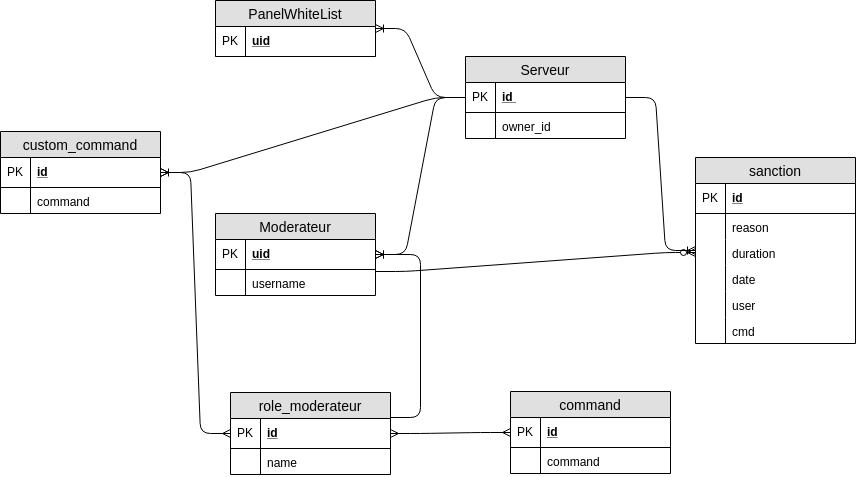
Above: doc/schema_associatif.png in RomainCtl/discord_project (draw.io), before the change. Source tidied: cells renumbered, new cells last; positions are measured from the earlier drawing's top-left corner, leaving out a move shared by most shapes. The source it was exported from:
```xml
<mxGraphModel>
  <root>
    <mxCell id="0" />
    <mxCell id="1" parent="0" />
    <mxCell id="2" value="Serveur" style="swimlane;fontStyle=0;horizontal=1;startSize=26;fillColor=#e0e0e0;swimlaneFillColor=#ffffff;align=center;fontSize=14;fontColor=#000000;strokeColor=#000000;" parent="1" vertex="1">
      <mxGeometry x="465" y="56" width="160" height="82" as="geometry" />
    </mxCell>
    <mxCell id="3" value="id " style="shape=partialRectangle;top=0;left=0;right=0;bottom=1;align=left;verticalAlign=middle;fillColor=none;spacingLeft=34;spacingRight=4;overflow=hidden;fontStyle=5;fontSize=12;fontColor=#000000;strokeColor=#000000;" parent="2" vertex="1">
      <mxGeometry y="26" width="160" height="30" as="geometry" />
    </mxCell>
    <mxCell id="4" value="PK" style="shape=partialRectangle;top=0;left=0;bottom=0;fillColor=none;align=left;verticalAlign=middle;spacingLeft=4;spacingRight=4;overflow=hidden;fontSize=12;fontColor=#000000;strokeColor=#000000;" parent="3" vertex="1">
      <mxGeometry width="30" height="30" as="geometry" />
    </mxCell>
    <mxCell id="5" value="owner_id" style="shape=partialRectangle;top=0;left=0;right=0;bottom=0;align=left;verticalAlign=top;fillColor=none;spacingLeft=34;spacingRight=4;overflow=hidden;fontSize=12;fontColor=#000000;strokeColor=#000000;" parent="2" vertex="1">
      <mxGeometry y="56" width="160" height="26" as="geometry" />
    </mxCell>
    <mxCell id="6" style="shape=partialRectangle;top=0;left=0;bottom=0;fillColor=none;align=left;verticalAlign=top;spacingLeft=4;spacingRight=4;overflow=hidden;fontSize=12;fontColor=#000000;strokeColor=#000000;" parent="5" vertex="1">
      <mxGeometry width="30" height="26" as="geometry" />
    </mxCell>
    <mxCell id="7" value="Moderateur" style="swimlane;fontStyle=0;horizontal=1;startSize=26;fillColor=#e0e0e0;swimlaneFillColor=#ffffff;align=center;fontSize=14;strokeColor=#000000;fontColor=#000000;" parent="1" vertex="1">
      <mxGeometry x="215" y="213" width="160" height="82" as="geometry" />
    </mxCell>
    <mxCell id="8" value="uid" style="shape=partialRectangle;top=0;left=0;right=0;bottom=1;align=left;verticalAlign=middle;fillColor=none;spacingLeft=34;spacingRight=4;overflow=hidden;fontStyle=5;fontSize=12;strokeColor=#000000;fontColor=#000000;" parent="7" vertex="1">
      <mxGeometry y="26" width="160" height="30" as="geometry" />
    </mxCell>
    <mxCell id="9" value="PK" style="shape=partialRectangle;top=0;left=0;bottom=0;fillColor=none;align=left;verticalAlign=middle;spacingLeft=4;spacingRight=4;overflow=hidden;fontSize=12;strokeColor=#000000;fontColor=#000000;" parent="8" vertex="1">
      <mxGeometry width="30" height="30" as="geometry" />
    </mxCell>
    <mxCell id="10" value="username" style="shape=partialRectangle;top=0;left=0;right=0;bottom=0;align=left;verticalAlign=top;fillColor=none;spacingLeft=34;spacingRight=4;overflow=hidden;points=[[0,0.5],[1,0.5]];portConstraint=eastwest;fontSize=12;strokeColor=#000000;fontColor=#000000;" parent="7" vertex="1">
      <mxGeometry y="56" width="160" height="26" as="geometry" />
    </mxCell>
    <mxCell id="11" style="shape=partialRectangle;top=0;left=0;bottom=0;fillColor=none;align=left;verticalAlign=top;spacingLeft=4;spacingRight=4;overflow=hidden;fontSize=12;strokeColor=#000000;fontColor=#000000;" parent="10" vertex="1">
      <mxGeometry width="30" height="26" as="geometry" />
    </mxCell>
    <mxCell id="12" style="edgeStyle=entityRelationEdgeStyle;fontSize=12;html=1;endArrow=ERoneToMany;strokeColor=#000000;fontColor=#000000;" parent="1" edge="1" source="2" target="7">
      <mxGeometry relative="1" as="geometry" />
    </mxCell>
    <mxCell id="13" value="role_moderateur" style="swimlane;fontStyle=0;horizontal=1;startSize=26;fillColor=#e0e0e0;swimlaneFillColor=#ffffff;align=center;fontSize=14;strokeColor=#000000;fontColor=#000000;" parent="1" vertex="1">
      <mxGeometry x="230" y="392" width="160" height="82" as="geometry" />
    </mxCell>
    <mxCell id="14" value="id" style="shape=partialRectangle;top=0;left=0;right=0;bottom=1;align=left;verticalAlign=middle;fillColor=none;spacingLeft=34;spacingRight=4;overflow=hidden;points=[[0,0.5],[1,0.5]];portConstraint=eastwest;fontStyle=5;fontSize=12;strokeColor=#000000;fontColor=#000000;" parent="13" vertex="1">
      <mxGeometry y="26" width="160" height="30" as="geometry" />
    </mxCell>
    <mxCell id="15" value="PK" style="shape=partialRectangle;top=0;left=0;bottom=0;fillColor=none;align=left;verticalAlign=middle;spacingLeft=4;spacingRight=4;overflow=hidden;fontSize=12;strokeColor=#000000;fontColor=#000000;" parent="14" vertex="1">
      <mxGeometry width="30" height="30" as="geometry" />
    </mxCell>
    <mxCell id="16" value="name" style="shape=partialRectangle;top=0;left=0;right=0;bottom=0;align=left;verticalAlign=top;fillColor=none;spacingLeft=34;spacingRight=4;overflow=hidden;fontSize=12;strokeColor=#000000;fontColor=#000000;" parent="13" vertex="1">
      <mxGeometry y="56" width="160" height="26" as="geometry" />
    </mxCell>
    <mxCell id="17" style="shape=partialRectangle;top=0;left=0;bottom=0;fillColor=none;align=left;verticalAlign=top;spacingLeft=4;spacingRight=4;overflow=hidden;fontSize=12;strokeColor=#000000;fontColor=#000000;" parent="16" vertex="1">
      <mxGeometry width="30" height="26" as="geometry" />
    </mxCell>
    <mxCell id="18" value="command" style="swimlane;fontStyle=0;horizontal=1;startSize=26;fillColor=#e0e0e0;swimlaneFillColor=#ffffff;align=center;fontSize=14;strokeColor=#000000;fontColor=#000000;" parent="1" vertex="1">
      <mxGeometry x="510" y="391" width="160" height="82" as="geometry" />
    </mxCell>
    <mxCell id="19" value="id" style="shape=partialRectangle;top=0;left=0;right=0;bottom=1;align=left;verticalAlign=middle;fillColor=none;spacingLeft=34;spacingRight=4;overflow=hidden;fontStyle=5;fontSize=12;fontColor=#000000;strokeColor=#000000;" parent="18" vertex="1">
      <mxGeometry y="26" width="160" height="30" as="geometry" />
    </mxCell>
    <mxCell id="20" value="PK" style="shape=partialRectangle;top=0;left=0;bottom=0;fillColor=none;align=left;verticalAlign=middle;spacingLeft=4;spacingRight=4;overflow=hidden;fontSize=12;fontColor=#000000;strokeColor=#000000;" parent="19" vertex="1">
      <mxGeometry width="30" height="30" as="geometry" />
    </mxCell>
    <mxCell id="21" value="command" style="shape=partialRectangle;top=0;left=0;right=0;bottom=0;align=left;verticalAlign=top;fillColor=none;spacingLeft=34;spacingRight=4;overflow=hidden;fontSize=12;fontColor=#000000;strokeColor=#000000;" parent="18" vertex="1">
      <mxGeometry y="56" width="160" height="26" as="geometry" />
    </mxCell>
    <mxCell id="22" style="shape=partialRectangle;top=0;left=0;bottom=0;fillColor=none;align=left;verticalAlign=top;spacingLeft=4;spacingRight=4;overflow=hidden;fontSize=12;fontColor=#000000;strokeColor=#000000;" parent="21" vertex="1">
      <mxGeometry width="30" height="26" as="geometry" />
    </mxCell>
    <mxCell id="23" style="edgeStyle=entityRelationEdgeStyle;fontSize=12;html=1;endArrow=ERoneToMany;strokeColor=#000000;fontColor=#000000;exitX=1;exitY=-0.033;exitDx=0;exitDy=0;exitPerimeter=0;" parent="1" edge="1" source="14" target="7">
      <mxGeometry relative="1" as="geometry" />
    </mxCell>
    <mxCell id="24" value="sanction" style="swimlane;fontStyle=0;horizontal=1;startSize=26;fillColor=#e0e0e0;swimlaneFillColor=#ffffff;align=center;fontSize=14;strokeColor=#000000;fontColor=#000000;" parent="1" vertex="1">
      <mxGeometry x="695" y="157" width="160" height="186" as="geometry" />
    </mxCell>
    <mxCell id="25" value="id" style="shape=partialRectangle;top=0;left=0;right=0;bottom=1;align=left;verticalAlign=middle;fillColor=none;spacingLeft=34;spacingRight=4;overflow=hidden;fontStyle=5;fontSize=12;fontColor=#000000;strokeColor=#000000;" parent="24" vertex="1">
      <mxGeometry y="26" width="160" height="30" as="geometry" />
    </mxCell>
    <mxCell id="26" value="PK" style="shape=partialRectangle;top=0;left=0;bottom=0;fillColor=none;align=left;verticalAlign=middle;spacingLeft=4;spacingRight=4;overflow=hidden;fontSize=12;fontColor=#000000;strokeColor=#000000;" parent="25" vertex="1">
      <mxGeometry width="30" height="30" as="geometry" />
    </mxCell>
    <mxCell id="27" value="reason" style="shape=partialRectangle;top=0;left=0;right=0;bottom=0;align=left;verticalAlign=top;fillColor=none;spacingLeft=34;spacingRight=4;overflow=hidden;fontSize=12;fontColor=#000000;strokeColor=#000000;" parent="24" vertex="1">
      <mxGeometry y="56" width="160" height="26" as="geometry" />
    </mxCell>
    <mxCell id="28" style="shape=partialRectangle;top=0;left=0;bottom=0;fillColor=none;align=left;verticalAlign=top;spacingLeft=4;spacingRight=4;overflow=hidden;fontSize=12;fontColor=#000000;strokeColor=#000000;" parent="27" vertex="1">
      <mxGeometry width="30" height="26" as="geometry" />
    </mxCell>
    <mxCell id="29" value="duration" style="shape=partialRectangle;top=0;left=0;right=0;bottom=0;align=left;verticalAlign=top;fillColor=none;spacingLeft=34;spacingRight=4;overflow=hidden;points=[[0,0.5],[1,0.5]];portConstraint=eastwest;fontSize=12;fontColor=#000000;strokeColor=#000000;" parent="24" vertex="1">
      <mxGeometry y="82" width="160" height="26" as="geometry" />
    </mxCell>
    <mxCell id="30" style="shape=partialRectangle;top=0;left=0;bottom=0;fillColor=none;align=left;verticalAlign=top;spacingLeft=4;spacingRight=4;overflow=hidden;fontSize=12;fontColor=#000000;strokeColor=#000000;" parent="29" vertex="1">
      <mxGeometry width="30" height="26" as="geometry" />
    </mxCell>
    <mxCell id="31" value="date" style="shape=partialRectangle;top=0;left=0;right=0;bottom=0;align=left;verticalAlign=top;fillColor=none;spacingLeft=34;spacingRight=4;overflow=hidden;fontSize=12;fontColor=#000000;strokeColor=#000000;" parent="24" vertex="1">
      <mxGeometry y="108" width="160" height="26" as="geometry" />
    </mxCell>
    <mxCell id="32" style="shape=partialRectangle;top=0;left=0;bottom=0;fillColor=none;align=left;verticalAlign=top;spacingLeft=4;spacingRight=4;overflow=hidden;fontSize=12;fontColor=#000000;strokeColor=#000000;" parent="31" vertex="1">
      <mxGeometry width="30" height="26" as="geometry" />
    </mxCell>
    <mxCell id="33" value="user" style="shape=partialRectangle;top=0;left=0;right=0;bottom=0;align=left;verticalAlign=top;fillColor=none;spacingLeft=34;spacingRight=4;overflow=hidden;fontSize=12;fontColor=#000000;strokeColor=#000000;" parent="24" vertex="1">
      <mxGeometry y="134" width="160" height="26" as="geometry" />
    </mxCell>
    <mxCell id="34" style="shape=partialRectangle;top=0;left=0;bottom=0;fillColor=none;align=left;verticalAlign=top;spacingLeft=4;spacingRight=4;overflow=hidden;fontSize=12;fontColor=#000000;strokeColor=#000000;" parent="33" vertex="1">
      <mxGeometry width="30" height="26" as="geometry" />
    </mxCell>
    <mxCell id="35" value="cmd" style="shape=partialRectangle;top=0;left=0;right=0;bottom=0;align=left;verticalAlign=top;fillColor=none;spacingLeft=34;spacingRight=4;overflow=hidden;fontSize=12;fontColor=#000000;strokeColor=#000000;" parent="24" vertex="1">
      <mxGeometry y="160" width="160" height="26" as="geometry" />
    </mxCell>
    <mxCell id="36" style="shape=partialRectangle;top=0;left=0;bottom=0;fillColor=none;align=left;verticalAlign=top;spacingLeft=4;spacingRight=4;overflow=hidden;fontSize=12;fontColor=#000000;strokeColor=#000000;" parent="35" vertex="1">
      <mxGeometry width="30" height="26" as="geometry" />
    </mxCell>
    <mxCell id="37" style="edgeStyle=entityRelationEdgeStyle;fontSize=12;html=1;endArrow=ERzeroToMany;endFill=1;strokeColor=#000000;exitX=1;exitY=0.077;exitDx=0;exitDy=0;exitPerimeter=0;" parent="1" edge="1" source="10" target="29">
      <mxGeometry relative="1" as="geometry" />
    </mxCell>
    <mxCell id="38" style="edgeStyle=entityRelationEdgeStyle;fontSize=12;html=1;endArrow=ERmany;startArrow=ERmany;strokeColor=#000000;" parent="1" edge="1" source="18" target="13">
      <mxGeometry relative="1" as="geometry" />
    </mxCell>
    <mxCell id="39" style="edgeStyle=entityRelationEdgeStyle;fontSize=12;html=1;endArrow=ERoneToMany;strokeColor=#000000;" parent="1" edge="1" source="2" target="24">
      <mxGeometry relative="1" as="geometry" />
    </mxCell>
    <mxCell id="40" value="custom_command" style="swimlane;fontStyle=0;horizontal=1;startSize=26;fillColor=#e0e0e0;swimlaneFillColor=#ffffff;align=center;fontSize=14;strokeColor=#000000;fontColor=#000000;" parent="1" vertex="1">
      <mxGeometry y="131" width="160" height="82" as="geometry" />
    </mxCell>
    <mxCell id="41" value="id" style="shape=partialRectangle;top=0;left=0;right=0;bottom=1;align=left;verticalAlign=middle;fillColor=none;spacingLeft=34;spacingRight=4;overflow=hidden;fontStyle=5;fontSize=12;fontColor=#000000;strokeColor=#000000;" parent="40" vertex="1">
      <mxGeometry y="26" width="160" height="30" as="geometry" />
    </mxCell>
    <mxCell id="42" value="PK" style="shape=partialRectangle;top=0;left=0;bottom=0;fillColor=none;align=left;verticalAlign=middle;spacingLeft=4;spacingRight=4;overflow=hidden;fontSize=12;fontColor=#000000;strokeColor=#000000;" parent="41" vertex="1">
      <mxGeometry width="30" height="30" as="geometry" />
    </mxCell>
    <mxCell id="43" value="command" style="shape=partialRectangle;top=0;left=0;right=0;bottom=0;align=left;verticalAlign=top;fillColor=none;spacingLeft=34;spacingRight=4;overflow=hidden;fontSize=12;fontColor=#000000;strokeColor=#000000;" parent="40" vertex="1">
      <mxGeometry y="56" width="160" height="26" as="geometry" />
    </mxCell>
    <mxCell id="44" style="shape=partialRectangle;top=0;left=0;bottom=0;fillColor=none;align=left;verticalAlign=top;spacingLeft=4;spacingRight=4;overflow=hidden;fontSize=12;fontColor=#000000;strokeColor=#000000;" parent="43" vertex="1">
      <mxGeometry width="30" height="26" as="geometry" />
    </mxCell>
    <mxCell id="45" style="edgeStyle=entityRelationEdgeStyle;fontSize=12;html=1;endArrow=ERoneToMany;strokeColor=#000000;" parent="1" edge="1" source="2" target="40">
      <mxGeometry relative="1" as="geometry" />
    </mxCell>
    <mxCell id="46" style="edgeStyle=entityRelationEdgeStyle;fontSize=12;html=1;endArrow=ERmany;startArrow=ERmany;strokeColor=#000000;" parent="1" edge="1" source="13" target="40">
      <mxGeometry relative="1" as="geometry" />
    </mxCell>
    <mxCell id="47" value="PanelWhiteList" style="swimlane;fontStyle=0;horizontal=1;startSize=26;fillColor=#e0e0e0;swimlaneFillColor=#ffffff;align=center;fontSize=14;fontColor=#000000;strokeColor=#000000;" parent="1" vertex="1">
      <mxGeometry x="215" width="160" height="56" as="geometry" />
    </mxCell>
    <mxCell id="48" value="uid" style="shape=partialRectangle;top=0;left=0;right=0;bottom=1;align=left;verticalAlign=middle;fillColor=none;spacingLeft=34;spacingRight=4;overflow=hidden;fontStyle=5;fontSize=12;fontColor=#000000;strokeColor=#000000;" parent="47" vertex="1">
      <mxGeometry y="26" width="160" height="30" as="geometry" />
    </mxCell>
    <mxCell id="49" value="PK" style="shape=partialRectangle;top=0;left=0;bottom=0;fillColor=none;align=left;verticalAlign=middle;spacingLeft=4;spacingRight=4;overflow=hidden;fontSize=12;fontColor=#000000;strokeColor=#000000;" parent="48" vertex="1">
      <mxGeometry width="30" height="30" as="geometry" />
    </mxCell>
    <mxCell id="50" style="edgeStyle=entityRelationEdgeStyle;fontSize=12;html=1;endArrow=ERoneToMany;strokeColor=#000000;" parent="1" edge="1" source="2" target="47">
      <mxGeometry relative="1" as="geometry" />
    </mxCell>
  </root>
</mxGraphModel>
```
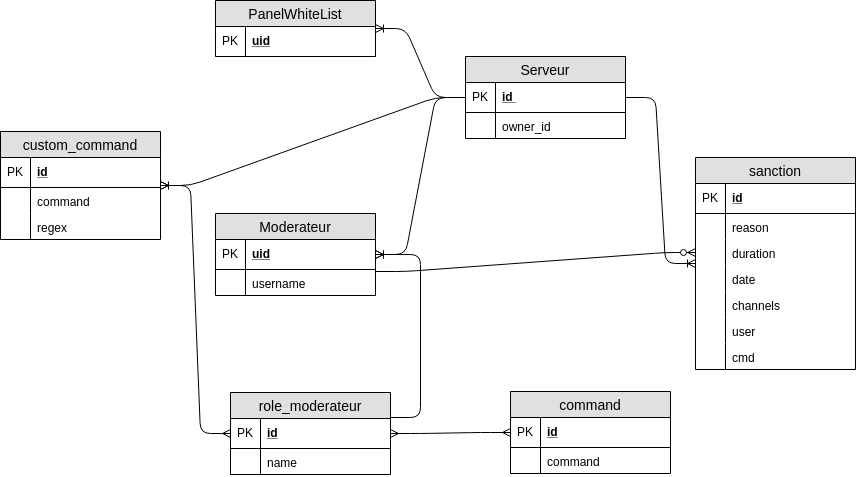
The same file after the commit.

Commit message:
Add channels attr to Sanction Add regex attr to custom command

Change to the diagram source:
```diff
@@ -69,7 +69,7 @@
       <mxGeometry relative="1" as="geometry" />
     </mxCell>
     <mxCell id="24" value="sanction" style="swimlane;fontStyle=0;horizontal=1;startSize=26;fillColor=#e0e0e0;swimlaneFillColor=#ffffff;align=center;fontSize=14;strokeColor=#000000;fontColor=#000000;" parent="1" vertex="1">
-      <mxGeometry x="695" y="157" width="160" height="186" as="geometry" />
+      <mxGeometry x="695" y="157" width="160" height="212" as="geometry" />
     </mxCell>
     <mxCell id="25" value="id" style="shape=partialRectangle;top=0;left=0;right=0;bottom=1;align=left;verticalAlign=middle;fillColor=none;spacingLeft=34;spacingRight=4;overflow=hidden;fontStyle=5;fontSize=12;fontColor=#000000;strokeColor=#000000;" parent="24" vertex="1">
       <mxGeometry y="26" width="160" height="30" as="geometry" />
@@ -95,14 +95,20 @@
     <mxCell id="32" style="shape=partialRectangle;top=0;left=0;bottom=0;fillColor=none;align=left;verticalAlign=top;spacingLeft=4;spacingRight=4;overflow=hidden;fontSize=12;fontColor=#000000;strokeColor=#000000;" parent="31" vertex="1">
       <mxGeometry width="30" height="26" as="geometry" />
     </mxCell>
+    <mxCell id="51" value="channels" style="shape=partialRectangle;top=0;left=0;right=0;bottom=0;align=left;verticalAlign=top;fillColor=none;spacingLeft=34;spacingRight=4;overflow=hidden;fontSize=12;fontColor=#000000;strokeColor=#000000;" parent="24" vertex="1">
+      <mxGeometry y="134" width="160" height="26" as="geometry" />
+    </mxCell>
+    <mxCell id="52" style="shape=partialRectangle;top=0;left=0;bottom=0;fillColor=none;align=left;verticalAlign=top;spacingLeft=4;spacingRight=4;overflow=hidden;fontSize=12;fontColor=#000000;strokeColor=#000000;" parent="51" vertex="1">
+      <mxGeometry width="30" height="26" as="geometry" />
+    </mxCell>
     <mxCell id="33" value="user" style="shape=partialRectangle;top=0;left=0;right=0;bottom=0;align=left;verticalAlign=top;fillColor=none;spacingLeft=34;spacingRight=4;overflow=hidden;fontSize=12;fontColor=#000000;strokeColor=#000000;" parent="24" vertex="1">
-      <mxGeometry y="134" width="160" height="26" as="geometry" />
+      <mxGeometry y="160" width="160" height="26" as="geometry" />
     </mxCell>
     <mxCell id="34" style="shape=partialRectangle;top=0;left=0;bottom=0;fillColor=none;align=left;verticalAlign=top;spacingLeft=4;spacingRight=4;overflow=hidden;fontSize=12;fontColor=#000000;strokeColor=#000000;" parent="33" vertex="1">
       <mxGeometry width="30" height="26" as="geometry" />
     </mxCell>
     <mxCell id="35" value="cmd" style="shape=partialRectangle;top=0;left=0;right=0;bottom=0;align=left;verticalAlign=top;fillColor=none;spacingLeft=34;spacingRight=4;overflow=hidden;fontSize=12;fontColor=#000000;strokeColor=#000000;" parent="24" vertex="1">
-      <mxGeometry y="160" width="160" height="26" as="geometry" />
+      <mxGeometry y="186" width="160" height="26" as="geometry" />
     </mxCell>
     <mxCell id="36" style="shape=partialRectangle;top=0;left=0;bottom=0;fillColor=none;align=left;verticalAlign=top;spacingLeft=4;spacingRight=4;overflow=hidden;fontSize=12;fontColor=#000000;strokeColor=#000000;" parent="35" vertex="1">
       <mxGeometry width="30" height="26" as="geometry" />
@@ -117,7 +123,7 @@
       <mxGeometry relative="1" as="geometry" />
     </mxCell>
     <mxCell id="40" value="custom_command" style="swimlane;fontStyle=0;horizontal=1;startSize=26;fillColor=#e0e0e0;swimlaneFillColor=#ffffff;align=center;fontSize=14;strokeColor=#000000;fontColor=#000000;" parent="1" vertex="1">
-      <mxGeometry y="131" width="160" height="82" as="geometry" />
+      <mxGeometry y="131" width="160" height="108" as="geometry" />
     </mxCell>
     <mxCell id="41" value="id" style="shape=partialRectangle;top=0;left=0;right=0;bottom=1;align=left;verticalAlign=middle;fillColor=none;spacingLeft=34;spacingRight=4;overflow=hidden;fontStyle=5;fontSize=12;fontColor=#000000;strokeColor=#000000;" parent="40" vertex="1">
       <mxGeometry y="26" width="160" height="30" as="geometry" />
@@ -131,6 +137,12 @@
     <mxCell id="44" style="shape=partialRectangle;top=0;left=0;bottom=0;fillColor=none;align=left;verticalAlign=top;spacingLeft=4;spacingRight=4;overflow=hidden;fontSize=12;fontColor=#000000;strokeColor=#000000;" parent="43" vertex="1">
       <mxGeometry width="30" height="26" as="geometry" />
     </mxCell>
+    <mxCell id="53" value="regex" style="shape=partialRectangle;top=0;left=0;right=0;bottom=0;align=left;verticalAlign=top;fillColor=none;spacingLeft=34;spacingRight=4;overflow=hidden;fontSize=12;fontColor=#000000;strokeColor=#000000;" parent="40" vertex="1">
+      <mxGeometry y="82" width="160" height="26" as="geometry" />
+    </mxCell>
+    <mxCell id="54" style="shape=partialRectangle;top=0;left=0;bottom=0;fillColor=none;align=left;verticalAlign=top;spacingLeft=4;spacingRight=4;overflow=hidden;fontSize=12;fontColor=#000000;strokeColor=#000000;" parent="53" vertex="1">
+      <mxGeometry width="30" height="26" as="geometry" />
+    </mxCell>
     <mxCell id="45" style="edgeStyle=entityRelationEdgeStyle;fontSize=12;html=1;endArrow=ERoneToMany;strokeColor=#000000;" parent="1" edge="1" source="2" target="40">
       <mxGeometry relative="1" as="geometry" />
     </mxCell>
```
